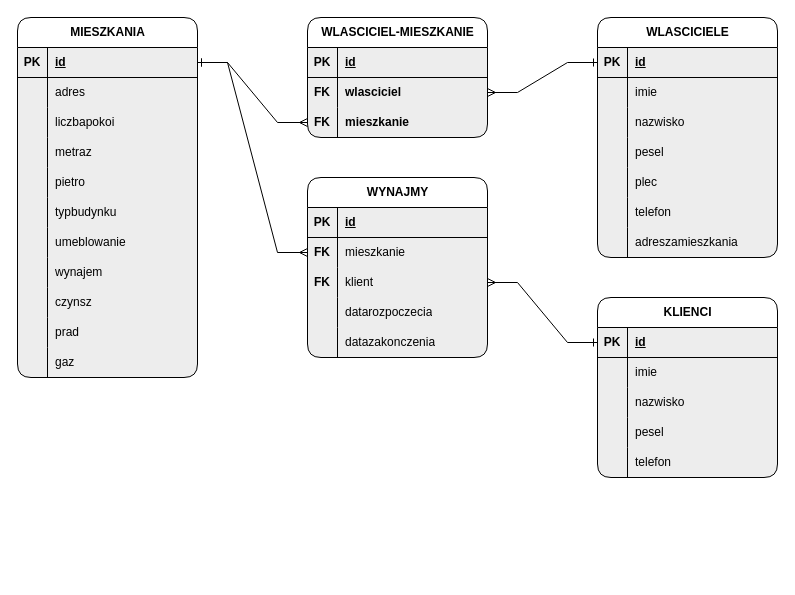
Before: agencja_wynajmu_mieszkan.drawio in pawelgithub9/projekt_baza_danych, a draw.io diagram. Source tidied: cells renumbered, new cells numbered last; positions are measured from the earlier drawing's top-left corner, leaving out a move shared by most shapes. Both pictures are drawn from the tidied source at 100%, with x=0, y=0 at pixel (17, 17).
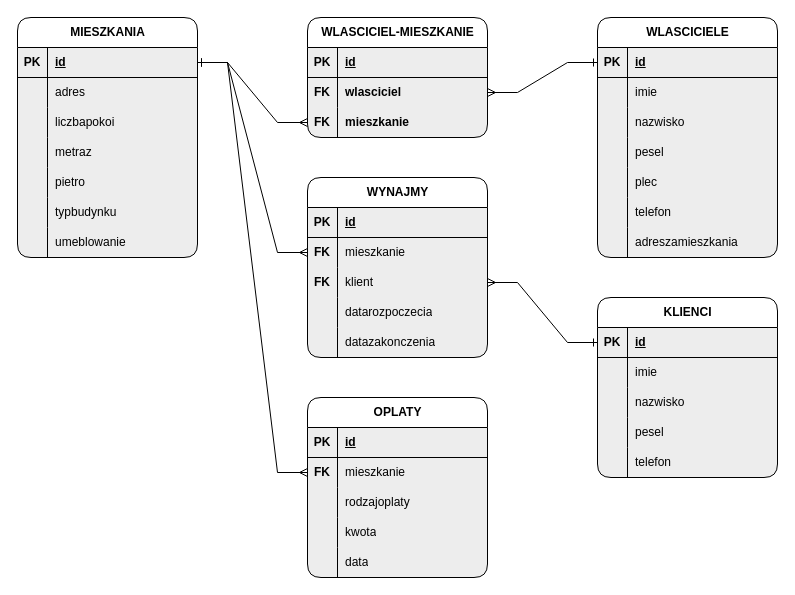
After the change.

The change refers to these unchanged cells:
```xml
<mxCell id="41" style="shape=tableRow;horizontal=0;startSize=0;swimlaneHead=0;swimlaneBody=0;fillColor=none;points=[[0,0.5],[1,0.5]];portConstraint=eastwest;top=0;left=0;right=0;bottom=1;rounded=1;shadow=0;strokeColor=default;align=center;verticalAlign=middle;swimlaneFillColor=#EDEDED;fontFamily=Helvetica;fontSize=12;fontColor=default;fontStyle=1;" parent="40" vertex="1">
  <mxGeometry y="30" width="180" height="30" as="geometry" />
</mxCell>
```

The edit, as a diff of the source:
```diff
@@
     <mxCell id="40" value="MIESZKANIA" style="shape=table;startSize=30;childLayout=tableLayout;rowLines=0;fontStyle=1;align=center;html=1;rounded=1;shadow=0;swimlaneLine=1;swimlaneFillColor=#EDEDED;fillColor=none;" parent="1" vertex="1">
-      <mxGeometry width="180" height="360" as="geometry" />
+      <mxGeometry width="180" height="240" as="geometry" />
     </mxCell>
@@
-    <mxCell id="62" style="shape=tableRow;horizontal=0;startSize=0;swimlaneHead=0;swimlaneBody=0;fillColor=none;top=0;left=0;right=0;bottom=0;rounded=1;shadow=0;strokeColor=default;align=center;verticalAlign=middle;swimlaneFillColor=#EDEDED;fontFamily=Helvetica;fontSize=12;fontColor=default;fontStyle=1;" parent="40" vertex="1">
-      <mxGeometry y="240" width="180" height="30" as="geometry" />
-    </mxCell>
-    <mxCell id="63" style="shape=partialRectangle;fillColor=none;top=0;left=0;bottom=0;right=0;overflow=hidden;whiteSpace=wrap;html=1;rounded=1;shadow=0;strokeColor=default;align=center;verticalAlign=middle;swimlaneFillColor=#EDEDED;fontFamily=Helvetica;fontSize=12;fontColor=default;fontStyle=1;" parent="62" vertex="1">
-      <mxGeometry width="30" height="30" as="geometry" />
-    </mxCell>
-    <mxCell id="64" value="wynajem" style="shape=partialRectangle;fillColor=none;top=0;left=0;bottom=0;right=0;align=left;spacingLeft=6;overflow=hidden;whiteSpace=wrap;html=1;rounded=1;shadow=0;strokeColor=default;verticalAlign=middle;swimlaneFillColor=#EDEDED;fontFamily=Helvetica;fontSize=12;fontColor=default;fontStyle=0;" parent="62" vertex="1">
-      <mxGeometry x="30" width="150" height="30" as="geometry" />
-    </mxCell>
-    <mxCell id="65" style="shape=tableRow;horizontal=0;startSize=0;swimlaneHead=0;swimlaneBody=0;fillColor=none;top=0;left=0;right=0;bottom=0;rounded=1;shadow=0;strokeColor=default;align=center;verticalAlign=middle;swimlaneFillColor=#EDEDED;fontFamily=Helvetica;fontSize=12;fontColor=default;fontStyle=1;" parent="40" vertex="1">
-      <mxGeometry y="270" width="180" height="30" as="geometry" />
-    </mxCell>
-    <mxCell id="66" style="shape=partialRectangle;fillColor=none;top=0;left=0;bottom=0;right=0;overflow=hidden;whiteSpace=wrap;html=1;rounded=1;shadow=0;strokeColor=default;align=center;verticalAlign=middle;swimlaneFillColor=#EDEDED;fontFamily=Helvetica;fontSize=12;fontColor=default;fontStyle=1;" parent="65" vertex="1">
-      <mxGeometry width="30" height="30" as="geometry" />
-    </mxCell>
-    <mxCell id="67" value="czynsz" style="shape=partialRectangle;fillColor=none;top=0;left=0;bottom=0;right=0;align=left;spacingLeft=6;overflow=hidden;whiteSpace=wrap;html=1;rounded=1;shadow=0;strokeColor=default;verticalAlign=middle;swimlaneFillColor=#EDEDED;fontFamily=Helvetica;fontSize=12;fontColor=default;fontStyle=0;" parent="65" vertex="1">
-      <mxGeometry x="30" width="150" height="30" as="geometry" />
-    </mxCell>
-    <mxCell id="68" style="shape=tableRow;horizontal=0;startSize=0;swimlaneHead=0;swimlaneBody=0;fillColor=none;top=0;left=0;right=0;bottom=0;rounded=1;shadow=0;strokeColor=default;align=center;verticalAlign=middle;swimlaneFillColor=#EDEDED;fontFamily=Helvetica;fontSize=12;fontColor=default;fontStyle=1;" parent="40" vertex="1">
-      <mxGeometry y="300" width="180" height="30" as="geometry" />
-    </mxCell>
-    <mxCell id="69" style="shape=partialRectangle;fillColor=none;top=0;left=0;bottom=0;right=0;overflow=hidden;whiteSpace=wrap;html=1;rounded=1;shadow=0;strokeColor=default;align=center;verticalAlign=middle;swimlaneFillColor=#EDEDED;fontFamily=Helvetica;fontSize=12;fontColor=default;fontStyle=1;" parent="68" vertex="1">
-      <mxGeometry width="30" height="30" as="geometry" />
-    </mxCell>
-    <mxCell id="70" value="prad" style="shape=partialRectangle;fillColor=none;top=0;left=0;bottom=0;right=0;align=left;spacingLeft=6;overflow=hidden;whiteSpace=wrap;html=1;rounded=1;shadow=0;strokeColor=default;verticalAlign=middle;swimlaneFillColor=#EDEDED;fontFamily=Helvetica;fontSize=12;fontColor=default;fontStyle=0;" parent="68" vertex="1">
-      <mxGeometry x="30" width="150" height="30" as="geometry" />
-    </mxCell>
-    <mxCell id="71" style="shape=tableRow;horizontal=0;startSize=0;swimlaneHead=0;swimlaneBody=0;fillColor=none;top=0;left=0;right=0;bottom=0;rounded=1;shadow=0;strokeColor=default;align=center;verticalAlign=middle;swimlaneFillColor=#EDEDED;fontFamily=Helvetica;fontSize=12;fontColor=default;fontStyle=1;" parent="40" vertex="1">
-      <mxGeometry y="330" width="180" height="30" as="geometry" />
-    </mxCell>
-    <mxCell id="72" style="shape=partialRectangle;fillColor=none;top=0;left=0;bottom=0;right=0;overflow=hidden;whiteSpace=wrap;html=1;rounded=1;shadow=0;strokeColor=default;align=center;verticalAlign=middle;swimlaneFillColor=#EDEDED;fontFamily=Helvetica;fontSize=12;fontColor=default;fontStyle=1;" parent="71" vertex="1">
-      <mxGeometry width="30" height="30" as="geometry" />
-    </mxCell>
-    <mxCell id="73" value="gaz" style="shape=partialRectangle;fillColor=none;top=0;left=0;bottom=0;right=0;align=left;spacingLeft=6;overflow=hidden;whiteSpace=wrap;html=1;rounded=1;shadow=0;strokeColor=default;verticalAlign=middle;swimlaneFillColor=#EDEDED;fontFamily=Helvetica;fontSize=12;fontColor=default;fontStyle=0;" parent="71" vertex="1">
-      <mxGeometry x="30" width="150" height="30" as="geometry" />
-    </mxCell>
@@
+    <mxCell id="104" value="&lt;div&gt;OPLATY&lt;/div&gt;" style="shape=table;startSize=30;childLayout=tableLayout;rowLines=0;fontStyle=1;align=center;html=1;rounded=1;shadow=0;strokeColor=default;verticalAlign=middle;swimlaneFillColor=#EDEDED;fontFamily=Helvetica;fontSize=12;fontColor=default;fillColor=none;" parent="1" vertex="1">
+      <mxGeometry x="290" y="380" width="180" height="180" as="geometry" />
+    </mxCell>
+    <mxCell id="105" style="shape=tableRow;horizontal=0;startSize=0;swimlaneHead=0;swimlaneBody=0;fillColor=none;top=0;left=0;right=0;bottom=1;rounded=1;shadow=0;strokeColor=default;align=center;verticalAlign=middle;swimlaneFillColor=#EDEDED;fontFamily=Helvetica;fontSize=12;fontColor=default;fontStyle=1;" parent="104" vertex="1">
+      <mxGeometry y="30" width="180" height="30" as="geometry" />
+    </mxCell>
+    <mxCell id="106" value="PK" style="shape=partialRectangle;fillColor=none;top=0;left=0;bottom=0;right=0;fontStyle=1;overflow=hidden;whiteSpace=wrap;html=1;rounded=1;shadow=0;strokeColor=default;align=center;verticalAlign=middle;swimlaneFillColor=#EDEDED;fontFamily=Helvetica;fontSize=12;fontColor=default;" parent="105" vertex="1">
+      <mxGeometry width="30" height="30" as="geometry" />
+    </mxCell>
+    <mxCell id="107" value="id" style="shape=partialRectangle;fillColor=none;top=0;left=0;bottom=0;right=0;align=left;spacingLeft=6;fontStyle=5;overflow=hidden;whiteSpace=wrap;html=1;rounded=1;shadow=0;strokeColor=default;verticalAlign=middle;swimlaneFillColor=#EDEDED;fontFamily=Helvetica;fontSize=12;fontColor=default;" parent="105" vertex="1">
+      <mxGeometry x="30" width="150" height="30" as="geometry" />
+    </mxCell>
+    <mxCell id="108" style="shape=tableRow;horizontal=0;startSize=0;swimlaneHead=0;swimlaneBody=0;fillColor=none;points=[[0,0.5],[1,0.5]];portConstraint=eastwest;top=0;left=0;right=0;bottom=0;rounded=1;shadow=0;strokeColor=default;align=center;verticalAlign=middle;swimlaneFillColor=#EDEDED;fontFamily=Helvetica;fontSize=12;fontColor=default;fontStyle=1;" parent="104" vertex="1">
+      <mxGeometry y="60" width="180" height="30" as="geometry" />
+    </mxCell>
+    <mxCell id="109" value="FK" style="shape=partialRectangle;fillColor=none;top=0;left=0;bottom=0;right=0;overflow=hidden;whiteSpace=wrap;html=1;rounded=1;shadow=0;strokeColor=default;align=center;verticalAlign=middle;swimlaneFillColor=#EDEDED;fontFamily=Helvetica;fontSize=12;fontColor=default;fontStyle=1;" parent="108" vertex="1">
+      <mxGeometry width="30" height="30" as="geometry" />
+    </mxCell>
+    <mxCell id="110" value="mieszkanie" style="shape=partialRectangle;fillColor=none;top=0;left=0;bottom=0;right=0;align=left;spacingLeft=6;overflow=hidden;whiteSpace=wrap;html=1;rounded=1;shadow=0;strokeColor=default;verticalAlign=middle;swimlaneFillColor=#EDEDED;fontFamily=Helvetica;fontSize=12;fontColor=default;fontStyle=0;" parent="108" vertex="1">
+      <mxGeometry x="30" width="150" height="30" as="geometry" />
+    </mxCell>
+    <mxCell id="111" style="shape=tableRow;horizontal=0;startSize=0;swimlaneHead=0;swimlaneBody=0;fillColor=none;top=0;left=0;right=0;bottom=0;rounded=1;shadow=0;strokeColor=default;align=center;verticalAlign=middle;swimlaneFillColor=#EDEDED;fontFamily=Helvetica;fontSize=12;fontColor=default;fontStyle=1;" parent="104" vertex="1">
+      <mxGeometry y="90" width="180" height="30" as="geometry" />
+    </mxCell>
+    <mxCell id="112" style="shape=partialRectangle;fillColor=none;top=0;left=0;bottom=0;right=0;overflow=hidden;whiteSpace=wrap;html=1;rounded=1;shadow=0;strokeColor=default;align=center;verticalAlign=middle;swimlaneFillColor=#EDEDED;fontFamily=Helvetica;fontSize=12;fontColor=default;fontStyle=1;" parent="111" vertex="1">
+      <mxGeometry width="30" height="30" as="geometry" />
+    </mxCell>
+    <mxCell id="113" value="rodzajoplaty" style="shape=partialRectangle;fillColor=none;top=0;left=0;bottom=0;right=0;align=left;spacingLeft=6;overflow=hidden;whiteSpace=wrap;html=1;rounded=1;shadow=0;strokeColor=default;verticalAlign=middle;swimlaneFillColor=#EDEDED;fontFamily=Helvetica;fontSize=12;fontColor=default;fontStyle=0;" parent="111" vertex="1">
+      <mxGeometry x="30" width="150" height="30" as="geometry" />
+    </mxCell>
+    <mxCell id="114" style="shape=tableRow;horizontal=0;startSize=0;swimlaneHead=0;swimlaneBody=0;fillColor=none;top=0;left=0;right=0;bottom=0;rounded=1;shadow=0;strokeColor=default;align=center;verticalAlign=middle;swimlaneFillColor=#EDEDED;fontFamily=Helvetica;fontSize=12;fontColor=default;fontStyle=1;" parent="104" vertex="1">
+      <mxGeometry y="120" width="180" height="30" as="geometry" />
+    </mxCell>
+    <mxCell id="115" style="shape=partialRectangle;fillColor=none;top=0;left=0;bottom=0;right=0;overflow=hidden;whiteSpace=wrap;html=1;rounded=1;shadow=0;strokeColor=default;align=center;verticalAlign=middle;swimlaneFillColor=#EDEDED;fontFamily=Helvetica;fontSize=12;fontColor=default;fontStyle=1;" parent="114" vertex="1">
+      <mxGeometry width="30" height="30" as="geometry" />
+    </mxCell>
+    <mxCell id="116" value="kwota" style="shape=partialRectangle;fillColor=none;top=0;left=0;bottom=0;right=0;align=left;spacingLeft=6;overflow=hidden;whiteSpace=wrap;html=1;rounded=1;shadow=0;strokeColor=default;verticalAlign=middle;swimlaneFillColor=#EDEDED;fontFamily=Helvetica;fontSize=12;fontColor=default;fontStyle=0;" parent="114" vertex="1">
+      <mxGeometry x="30" width="150" height="30" as="geometry" />
+    </mxCell>
+    <mxCell id="117" style="shape=tableRow;horizontal=0;startSize=0;swimlaneHead=0;swimlaneBody=0;fillColor=none;top=0;left=0;right=0;bottom=0;rounded=1;shadow=0;strokeColor=default;align=center;verticalAlign=middle;swimlaneFillColor=#EDEDED;fontFamily=Helvetica;fontSize=12;fontColor=default;fontStyle=1;" parent="104" vertex="1">
+      <mxGeometry y="150" width="180" height="30" as="geometry" />
+    </mxCell>
+    <mxCell id="118" style="shape=partialRectangle;fillColor=none;top=0;left=0;bottom=0;right=0;overflow=hidden;whiteSpace=wrap;html=1;rounded=1;shadow=0;strokeColor=default;align=center;verticalAlign=middle;swimlaneFillColor=#EDEDED;fontFamily=Helvetica;fontSize=12;fontColor=default;fontStyle=1;" parent="117" vertex="1">
+      <mxGeometry width="30" height="30" as="geometry" />
+    </mxCell>
+    <mxCell id="119" value="data" style="shape=partialRectangle;fillColor=none;top=0;left=0;bottom=0;right=0;align=left;spacingLeft=6;overflow=hidden;whiteSpace=wrap;html=1;rounded=1;shadow=0;strokeColor=default;verticalAlign=middle;swimlaneFillColor=#EDEDED;fontFamily=Helvetica;fontSize=12;fontColor=default;fontStyle=0;" parent="117" vertex="1">
+      <mxGeometry x="30" width="150" height="30" as="geometry" />
+    </mxCell>
+    <mxCell id="120" style="edgeStyle=entityRelationEdgeStyle;fontSize=12;html=1;endArrow=ERmany;startArrow=ERone;rounded=0;fontFamily=Helvetica;fontColor=default;fontStyle=1;endFill=0;startFill=0;" parent="1" edge="1" source="41" target="108">
+      <mxGeometry relative="1" as="geometry" />
+    </mxCell>
```
